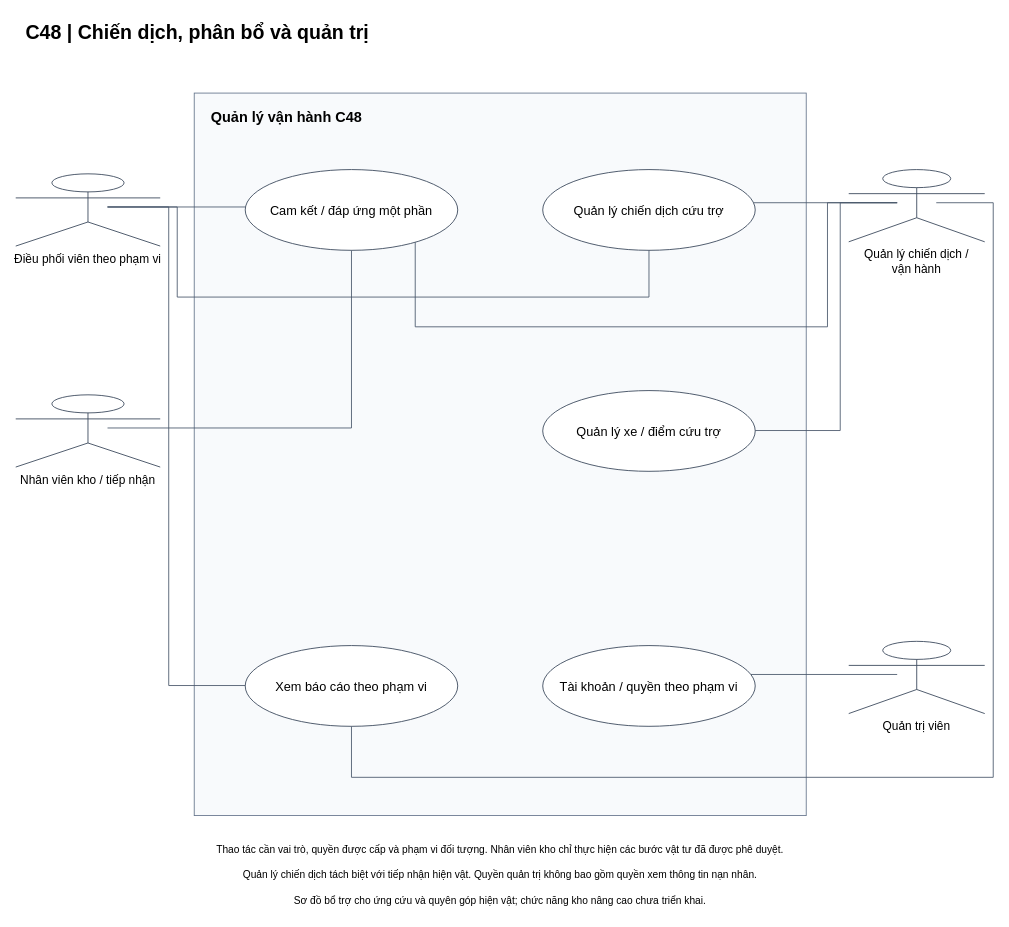
Above: docs/diagrams/c48-management-use-cases.drawio in sangvirgo/disaster-relief-management (draw.io), before the change. Source tidied: cells renumbered, new cells numbered last; positions are measured from the earlier drawing's top-left corner, leaving out a move shared by most shapes. Both pictures are drawn from the tidied source at 85%, with x=0, y=0 at pixel (15, 14).
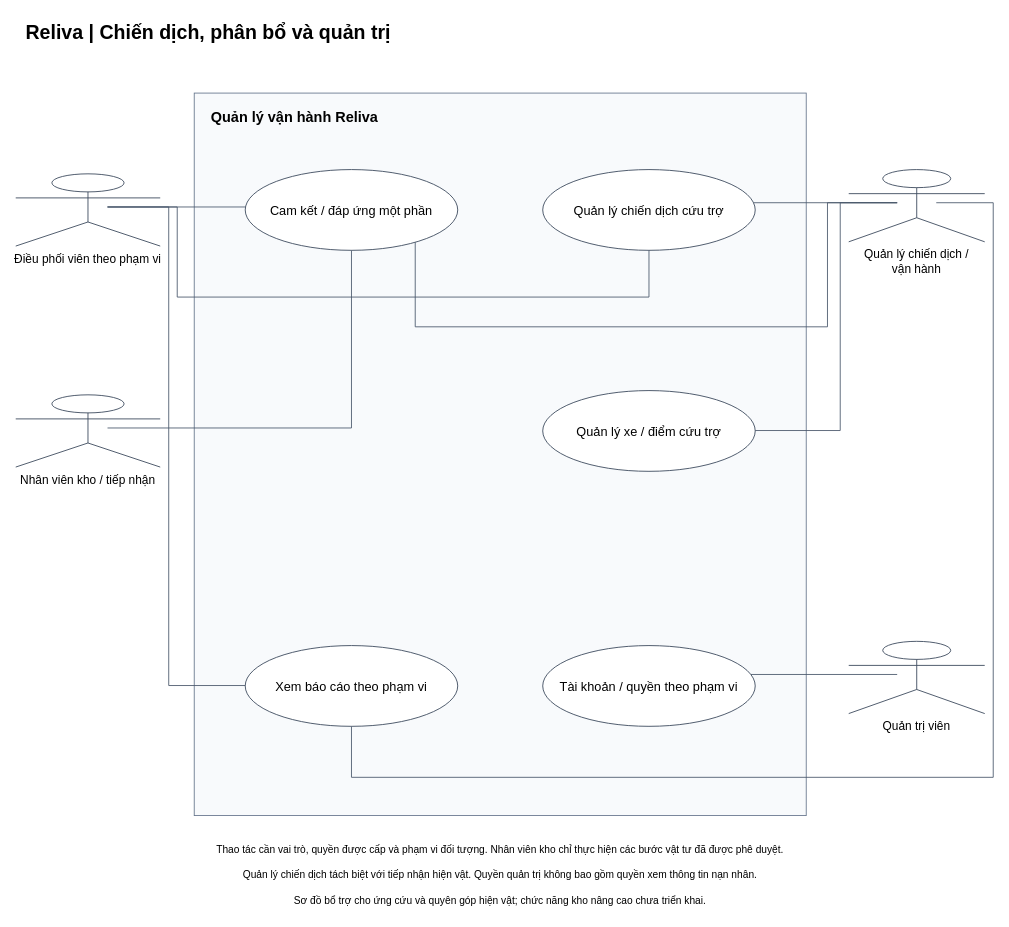
After the change.

The edit, as a diff of the source:
```diff
@@
-    <mxCell id="2" value="C48 | Chiến dịch, phân bổ và quản trị" style="text;html=0;fontSize=23;fontStyle=1;align=left;strokeColor=none;fillColor=none;" parent="1" vertex="1">
+    <mxCell id="2" value="Reliva | Chiến dịch, phân bổ và quản trị" style="text;html=0;fontSize=23;fontStyle=1;align=left;strokeColor=none;fillColor=none;" parent="1" vertex="1">
       <mxGeometry x="10" width="1120" height="45" as="geometry" />
     </mxCell>
-    <mxCell id="3" value="Quản lý vận hành C48" style="rounded=0;whiteSpace=wrap;html=0;verticalAlign=top;align=left;spacingLeft=18;spacingTop=12;fontStyle=1;fontSize=17;fillColor=#f8fafc;strokeColor=#64748b;" parent="1" vertex="1">
+    <mxCell id="3" value="Quản lý vận hành Reliva" style="rounded=0;whiteSpace=wrap;html=0;verticalAlign=top;align=left;spacingLeft=18;spacingTop=12;fontStyle=1;fontSize=17;fillColor=#f8fafc;strokeColor=#64748b;" parent="1" vertex="1">
       <mxGeometry x="210" y="92" width="720" height="850" as="geometry" />
     </mxCell>
```
